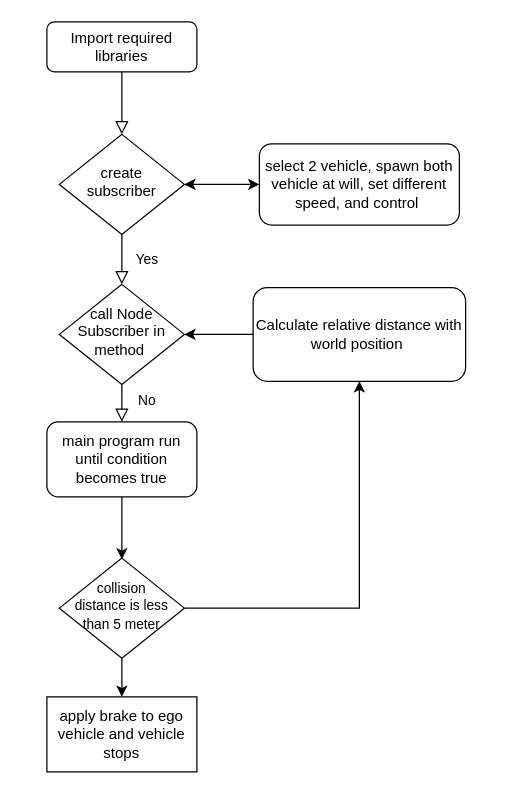
Before: Untitled Diagram.drawio in bapukokare/assignment, a draw.io diagram. Source tidied: cells renumbered, new cells numbered last; positions are measured from the earlier drawing's top-left corner, leaving out a move shared by most shapes. Both pictures are drawn from the tidied source at 125%, with x=0, y=0 at pixel (46, 21).
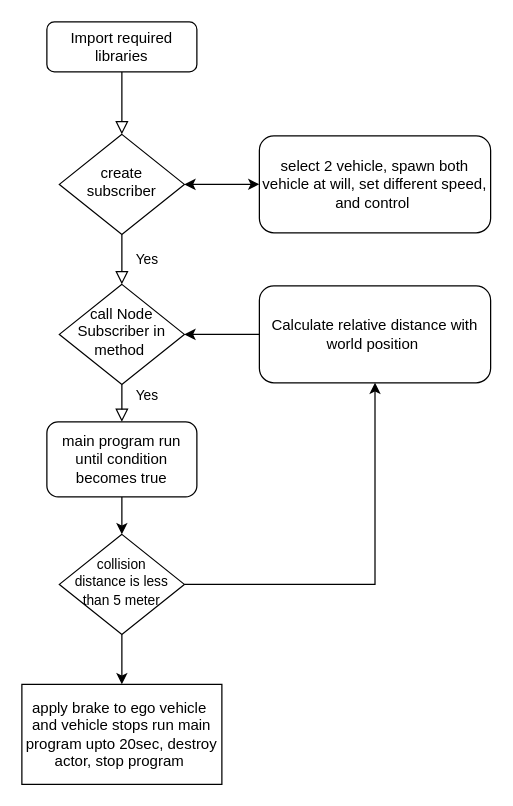
The same page after the edit.

What changed in the source:
```diff
@@
 <mxGraphModel>
   <root>
     <mxCell id="0" />
     <mxCell id="1" parent="0" />
     <mxCell id="2" style="rounded=0;html=1;jettySize=auto;fontSize=11;endArrow=block;endFill=0;endSize=8;strokeWidth=1;shadow=0;labelBackgroundColor=none;edgeStyle=orthogonalEdgeStyle;" parent="1" edge="1" source="3" target="5">
       <mxGeometry relative="1" as="geometry" />
     </mxCell>
     <mxCell id="3" value="Import required libraries" style="rounded=1;whiteSpace=wrap;html=1;fontSize=12;glass=0;strokeWidth=1;shadow=0;" parent="1" vertex="1">
       <mxGeometry width="120" height="40" as="geometry" />
     </mxCell>
     <mxCell id="4" value="Yes" style="rounded=0;html=1;jettySize=auto;fontSize=11;endArrow=block;endFill=0;endSize=8;strokeWidth=1;shadow=0;labelBackgroundColor=none;edgeStyle=orthogonalEdgeStyle;" parent="1" edge="1" source="5" target="8">
       <mxGeometry y="20" relative="1" as="geometry" />
     </mxCell>
     <mxCell id="5" value="create subscriber" style="rhombus;whiteSpace=wrap;html=1;shadow=0;fontFamily=Helvetica;fontSize=12;align=center;strokeWidth=1;spacing=6;spacingTop=-4;" parent="1" vertex="1">
       <mxGeometry x="10" y="90" width="100" height="80" as="geometry" />
     </mxCell>
     <mxCell id="6" value="select 2 vehicle, spawn both vehicle at will, set different speed, and control&amp;nbsp;" style="rounded=1;whiteSpace=wrap;html=1;fontSize=12;glass=0;strokeWidth=1;shadow=0;" parent="1" vertex="1">
-      <mxGeometry x="170" y="97.5" width="160" height="65" as="geometry" />
+      <mxGeometry x="170" y="91.2" width="185" height="77.5" as="geometry" />
     </mxCell>
-    <mxCell id="7" value="No" style="rounded=0;html=1;jettySize=auto;fontSize=11;endArrow=block;endFill=0;endSize=8;strokeWidth=1;shadow=0;labelBackgroundColor=none;edgeStyle=orthogonalEdgeStyle;" parent="1" edge="1" source="8" target="16">
-      <mxGeometry x="0.33" y="20" relative="1" as="geometry" />
+    <mxCell id="7" value="Yes" style="rounded=0;html=1;jettySize=auto;fontSize=11;endArrow=block;endFill=0;endSize=8;strokeWidth=1;shadow=0;labelBackgroundColor=none;edgeStyle=orthogonalEdgeStyle;" parent="1" edge="1" source="8" target="16">
+      <mxGeometry x="-0.6" y="20" relative="1" as="geometry">
+        <mxPoint y="-1" as="offset" />
+      </mxGeometry>
     </mxCell>
     <mxCell id="8" value="call Node Subscriber in method&amp;nbsp;" style="rhombus;whiteSpace=wrap;html=1;shadow=0;fontFamily=Helvetica;fontSize=12;align=center;strokeWidth=1;spacing=6;spacingTop=-4;" parent="1" vertex="1">
       <mxGeometry x="10" y="210" width="100" height="80" as="geometry" />
     </mxCell>
     <mxCell id="9" value="Calculate relative distance with world position&amp;nbsp;" style="rounded=1;whiteSpace=wrap;html=1;fontSize=12;glass=0;strokeWidth=1;shadow=0;" parent="1" vertex="1">
-      <mxGeometry x="165" y="212.5" width="170" height="75" as="geometry" />
+      <mxGeometry x="170" y="211.2" width="185" height="77.5" as="geometry" />
     </mxCell>
     <mxCell id="10" style="endArrow=classic;startArrow=classic;html=1;rounded=0;exitX=1;exitY=0.5;exitDx=0;exitDy=0;entryX=0;entryY=0.5;entryDx=0;entryDy=0;" parent="1" edge="1" source="5" target="6">
       <mxGeometry relative="1" as="geometry" />
     </mxCell>
     <mxCell id="11" style="endArrow=classic;html=1;rounded=0;exitX=0;exitY=0.5;exitDx=0;exitDy=0;entryX=1;entryY=0.5;entryDx=0;entryDy=0;" parent="1" edge="1" source="9" target="8">
       <mxGeometry relative="1" as="geometry" />
     </mxCell>
     <mxCell id="12" style="endArrow=classic;html=1;rounded=0;exitX=0.5;exitY=1;exitDx=0;exitDy=0;" parent="1" edge="1" source="16">
       <mxGeometry relative="1" as="geometry">
-        <mxPoint x="60" y="430" as="targetPoint" />
+        <mxPoint x="60" y="410" as="targetPoint" />
       </mxGeometry>
     </mxCell>
     <mxCell id="13" style="edgeStyle=orthogonalEdgeStyle;rounded=0;jettySize=auto;html=1;exitX=0.5;exitY=1;exitDx=0;exitDy=0;" parent="1" edge="1" source="15" target="17">
       <mxGeometry relative="1" as="geometry" />
     </mxCell>
     <mxCell id="14" style="edgeStyle=orthogonalEdgeStyle;rounded=0;jettySize=auto;html=1;exitX=1;exitY=0.5;exitDx=0;exitDy=0;entryX=0.5;entryY=1;entryDx=0;entryDy=0;" parent="1" edge="1" source="15" target="9">
       <mxGeometry relative="1" as="geometry" />
     </mxCell>
     <mxCell id="15" value="&lt;font style=&quot;font-size: 11px;&quot;&gt;collision &lt;br&gt;distance is less than 5 meter&lt;/font&gt;" style="rhombus;whiteSpace=wrap;html=1;shadow=0;fontFamily=Helvetica;fontSize=12;align=center;strokeWidth=1;spacing=6;spacingTop=-4;" parent="1" vertex="1">
-      <mxGeometry x="10" y="429" width="100" height="80" as="geometry" />
+      <mxGeometry x="10" y="410" width="100" height="80" as="geometry" />
     </mxCell>
     <mxCell id="16" value="main program run until condition becomes true" style="rounded=1;whiteSpace=wrap;html=1;" parent="1" vertex="1">
       <mxGeometry y="320" width="120" height="60" as="geometry" />
     </mxCell>
-    <mxCell id="17" value="apply brake to ego vehicle and vehicle stops" style="rounded=0;whiteSpace=wrap;html=1;" parent="1" vertex="1">
-      <mxGeometry y="540" width="120" height="60" as="geometry" />
+    <mxCell id="17" value="apply brake to ego vehicle&amp;nbsp; and vehicle stops run main program upto 20sec, destroy actor, stop program&amp;nbsp;" style="rounded=0;whiteSpace=wrap;html=1;" parent="1" vertex="1">
+      <mxGeometry x="-20" y="530" width="160" height="80" as="geometry" />
     </mxCell>
   </root>
 </mxGraphModel>
```
